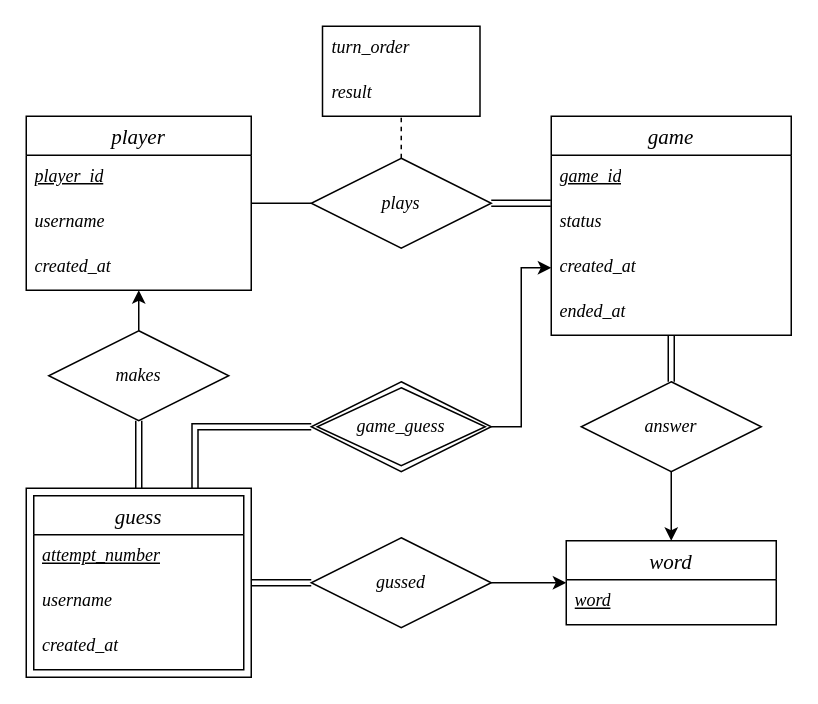
Earlier version of the draw.io diagram ER-Diagram/Wordle_ER_Diagram.drawio (cmsc447-capstone/shared-state-wordle). Source tidied: cells renumbered, new cells numbered last; positions are measured from the earlier drawing's top-left corner, leaving out a move shared by most shapes. Both pictures are drawn from the tidied source at 150%, with x=0, y=0 at pixel (26, 26).
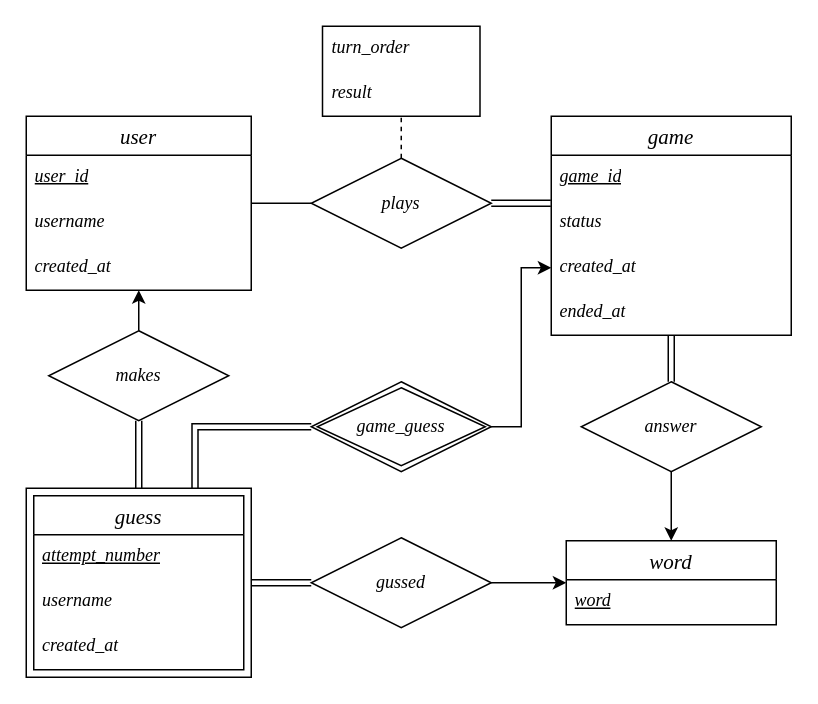
The same page after the edit.

Commit message (it also covers changes not shown here):
Changes to ER diagram - SQL Script

Change to the diagram source:
```diff
@@
-    <mxCell id="5" value="player" style="swimlane;fontStyle=2;horizontal=1;startSize=26;align=center;fontSize=14;fontFamily=Times New Roman;" parent="1" vertex="1">
+    <mxCell id="5" value="user" style="swimlane;fontStyle=2;horizontal=1;startSize=26;align=center;fontSize=14;fontFamily=Times New Roman;" parent="1" vertex="1">
       <mxGeometry y="60" width="150" height="116" as="geometry" />
     </mxCell>
-    <mxCell id="6" value="&lt;u&gt;player_id&lt;/u&gt;" style="text;strokeColor=none;fillColor=none;spacingLeft=4;spacingRight=4;overflow=hidden;fontSize=12;whiteSpace=wrap;html=1;fontStyle=2;fontFamily=Times New Roman;" parent="5" vertex="1">
+    <mxCell id="6" value="&lt;u&gt;user_id&lt;/u&gt;" style="text;strokeColor=none;fillColor=none;spacingLeft=4;spacingRight=4;overflow=hidden;fontSize=12;whiteSpace=wrap;html=1;fontStyle=2;fontFamily=Times New Roman;" parent="5" vertex="1">
       <mxGeometry y="26" width="150" height="30" as="geometry" />
     </mxCell>
```
